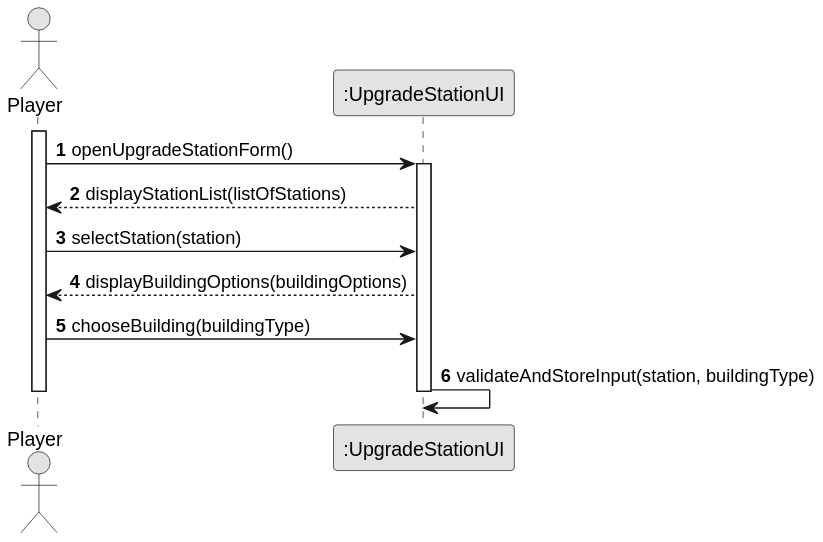
This is docs/system-documentation/US006/03.design/svg/US006-SD-getInput.svg from goncalolopesp/sem2-pi-24.25-g093-repo, a PlantUML export, as it was before one commit.
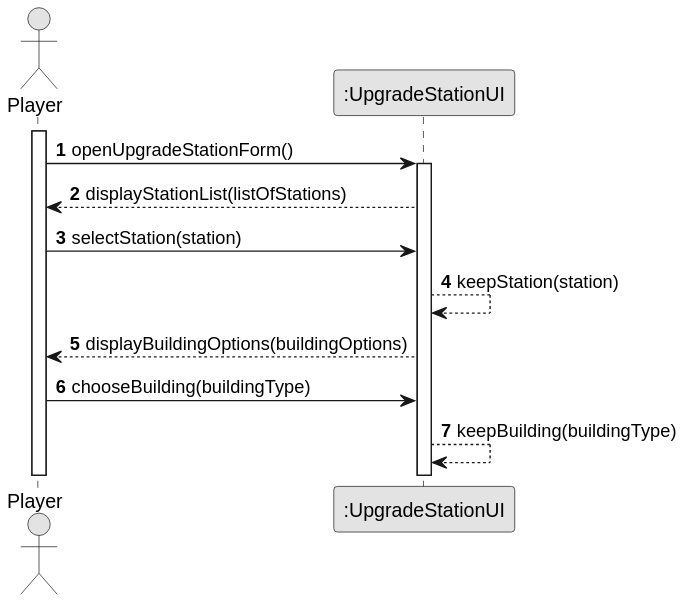
The same diagram one commit later.

Diff of the diagram source:
```diff
@@ -2,25 +2,24 @@
 skinparam monochrome true
 skinparam packageStyle rectangle
 skinparam shadowing false
+
 autonumber
 
 actor "Player" as Player
-participant ":UpgradeStationUI" as UpgradeUI
+participant ":UpgradeStationUI" as UpgradeStationUI
 
 activate Player
-Player -> UpgradeUI: openUpgradeStationForm()
-activate UpgradeUI
 
-UpgradeUI --> Player: displayStationList(listOfStations)
+Player -> UpgradeStationUI : openUpgradeStationForm()
+activate UpgradeStationUI
 
-Player -> UpgradeUI: selectStation(station)
+UpgradeStationUI --> Player : displayStationList(listOfStations)
 
-UpgradeUI --> Player: displayBuildingOptions(buildingOptions)
+Player -> UpgradeStationUI : selectStation(station)
+UpgradeStationUI --> UpgradeStationUI: keepStation(station)
 
-Player -> UpgradeUI: chooseBuilding(buildingType)
+UpgradeStationUI --> Player : displayBuildingOptions(buildingOptions)
 
-UpgradeUI -> UpgradeUI: validateAndStoreInput(station, buildingType)
-
-deactivate UpgradeUI
-deactivate Player
+Player -> UpgradeStationUI : chooseBuilding(buildingType)
+UpgradeStationUI --> UpgradeStationUI: keepBuilding(buildingType)
 @enduml
```
